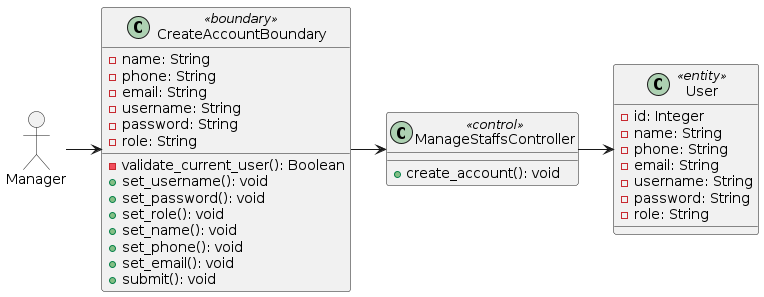
This is docs/UML/Class Diagrams/add-new-staff.png from LapTQ/MCT, a PlantUML export, as it was before one commit.
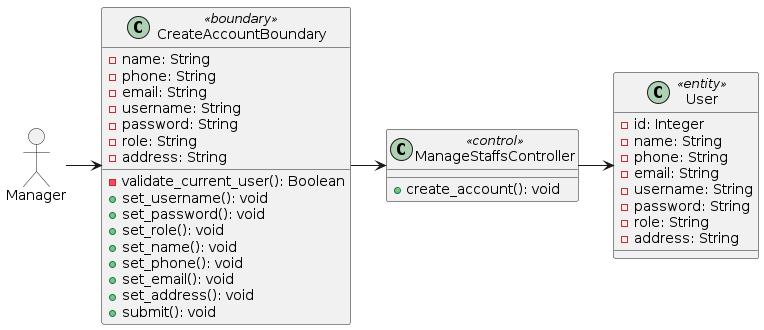
The same diagram one commit later.

What changed in the source:
```diff
@@ -11,6 +11,7 @@
     - username: String
     - password: String
     - role: String
+    - address: String
 
     - validate_current_user(): Boolean
     + set_username(): void
@@ -19,6 +20,7 @@
     + set_name(): void
     + set_phone(): void
     + set_email(): void
+    + set_address(): void
     + submit(): void
 
 }
@@ -36,6 +38,7 @@
     - username: String
     - password: String
     - role: String
+    - address: String
 }
 
 Manager -> CreateAccountBoundary
```
